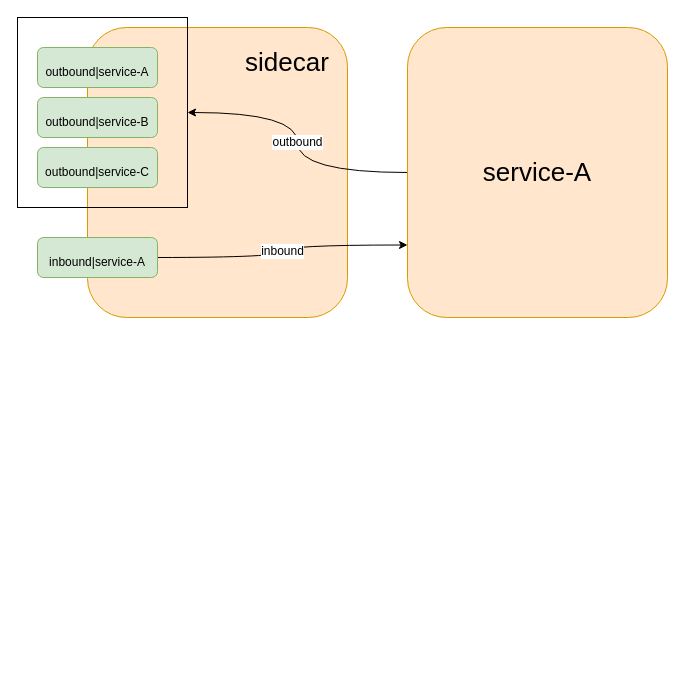
Earlier version of the draw.io diagram mesh/sidecarscpoe.drawio (yueyangtian/draw). Source tidied: cells renumbered, new cells numbered last; positions are measured from the earlier drawing's top-left corner, leaving out a move shared by most shapes. Both pictures are drawn from the tidied source at 100%, with x=0, y=0 at pixel (17, 17).
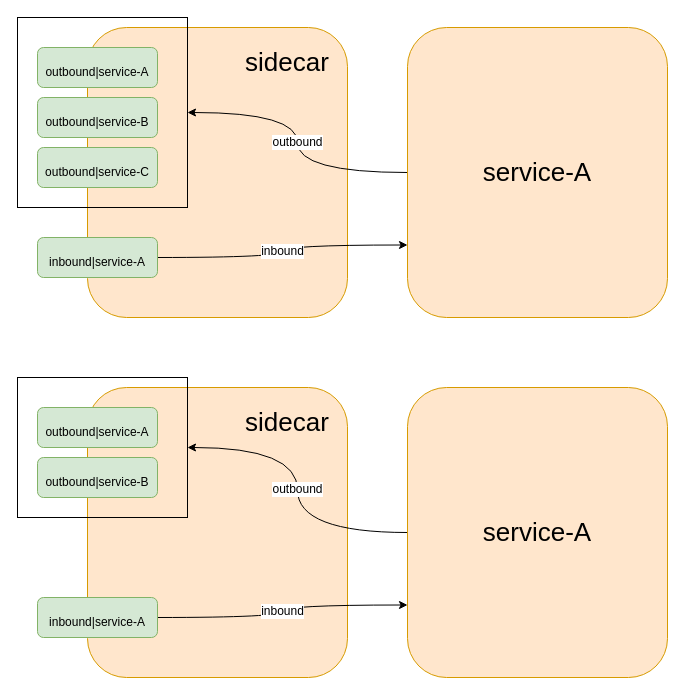
After the change.

What changed in the source:
```diff
@@
+    <mxCell id="12" style="rounded=1;whiteSpace=wrap;html=1;fillColor=#ffe6cc;strokeColor=#d79b00;" parent="1" vertex="1">
+      <mxGeometry x="70" y="370" width="260" height="290" as="geometry" />
+    </mxCell>
+    <mxCell id="13" value="outbound" style="edgeStyle=orthogonalEdgeStyle;curved=1;jettySize=auto;html=1;entryX=1;entryY=0.5;entryDx=0;entryDy=0;fontSize=12;" parent="1" edge="1" source="14" target="20">
+      <mxGeometry relative="1" as="geometry" />
+    </mxCell>
+    <mxCell id="14" value="&lt;font style=&quot;font-size: 26px&quot;&gt;service-A&lt;/font&gt;" style="rounded=1;whiteSpace=wrap;html=1;fillColor=#ffe6cc;strokeColor=#d79b00;" parent="1" vertex="1">
+      <mxGeometry x="390" y="370" width="260" height="290" as="geometry" />
+    </mxCell>
+    <mxCell id="15" value="&lt;font style=&quot;font-size: 12px&quot;&gt;outbound|service-A&lt;/font&gt;" style="rounded=1;whiteSpace=wrap;html=1;fontSize=26;fillColor=#d5e8d4;strokeColor=#82b366;" parent="1" vertex="1">
+      <mxGeometry x="20" y="390" width="120" height="40" as="geometry" />
+    </mxCell>
+    <mxCell id="16" value="&lt;font style=&quot;font-size: 12px&quot;&gt;outbound|service-B&lt;/font&gt;" style="rounded=1;whiteSpace=wrap;html=1;fontSize=26;fillColor=#d5e8d4;strokeColor=#82b366;" parent="1" vertex="1">
+      <mxGeometry x="20" y="440" width="120" height="40" as="geometry" />
+    </mxCell>
+    <mxCell id="17" value="inbound" style="edgeStyle=orthogonalEdgeStyle;jettySize=auto;html=1;entryX=0;entryY=0.75;entryDx=0;entryDy=0;fontSize=12;curved=1;" parent="1" edge="1" source="18" target="14">
+      <mxGeometry relative="1" as="geometry" />
+    </mxCell>
+    <mxCell id="18" value="&lt;font style=&quot;font-size: 12px&quot;&gt;inbound|service-A&lt;/font&gt;" style="rounded=1;whiteSpace=wrap;html=1;fontSize=26;fillColor=#d5e8d4;strokeColor=#82b366;" parent="1" vertex="1">
+      <mxGeometry x="20" y="580" width="120" height="40" as="geometry" />
+    </mxCell>
+    <mxCell id="19" value="&lt;font style=&quot;font-size: 26px&quot;&gt;sidecar&lt;/font&gt;" style="text;html=1;strokeColor=none;fillColor=none;align=center;verticalAlign=middle;whiteSpace=wrap;rounded=0;fontSize=12;" parent="1" vertex="1">
+      <mxGeometry x="240" y="390" width="60" height="30" as="geometry" />
+    </mxCell>
+    <mxCell id="20" style="rounded=0;whiteSpace=wrap;html=1;fontSize=12;fillColor=none;" parent="1" vertex="1">
+      <mxGeometry y="360" width="170" height="140" as="geometry" />
+    </mxCell>
```
